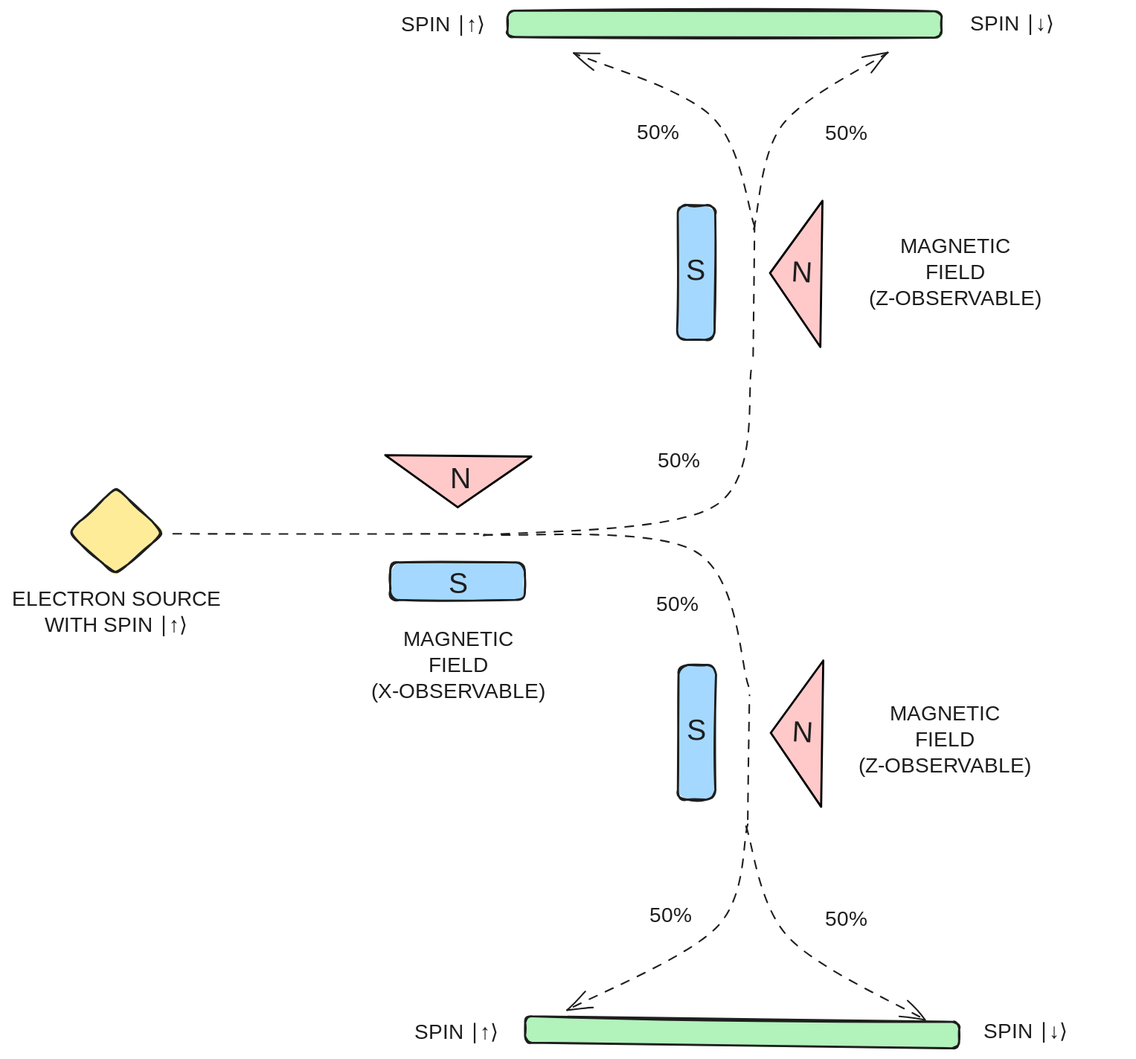
This is ndcoslo-2025/graphics/stern-gerlach-zxz.excalidraw.svg from filipw/filipw.github.io, a Excalidraw export, as it was before one commit. Source tidied: one line per element, renumbered; positions are measured from the earlier drawing's top-left corner, leaving out a move shared by most shapes.
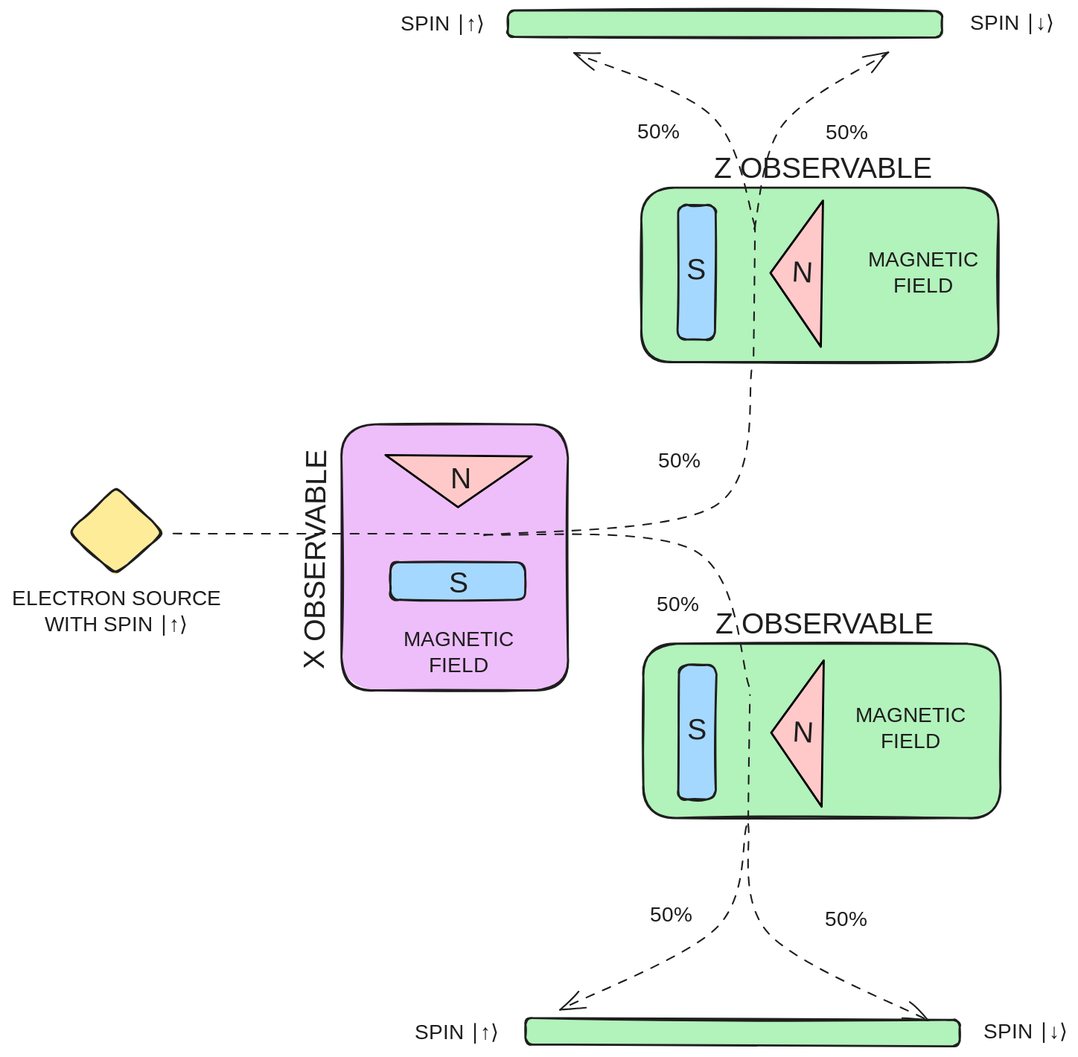
Above is the later version.

Change to the diagram source:
```diff
@@ -1,3 +1,9 @@
+{"id": 38, "type": "rectangle", "strokeColor": "#1e1e1e", "backgroundColor": "#b2f2bb", "fillStyle": "solid", "strokeWidth": 2, "roughness": 1, "round": true, "x": 605, "y": 366, "width": 343, "height": 167}
+{"id": 39, "type": "text", "text": "Z OBSERVABLE", "strokeColor": "#1e1e1e", "backgroundColor": "#b2f2bb", "fillStyle": "solid", "strokeWidth": 2, "roughness": 1, "fontSize": 28, "fontFamily": 5, "x": 675, "y": 331, "width": 222, "height": 35}
+{"id": 40, "type": "rectangle", "strokeColor": "#1e1e1e", "backgroundColor": "#b2f2bb", "fillStyle": "solid", "strokeWidth": 2, "roughness": 1, "round": true, "x": 607, "y": 803, "width": 343, "height": 167}
+{"id": 41, "type": "text", "text": "Z OBSERVABLE", "strokeColor": "#1e1e1e", "backgroundColor": "#b2f2bb", "fillStyle": "solid", "strokeWidth": 2, "roughness": 1, "fontSize": 28, "fontFamily": 5, "x": 677, "y": 769, "width": 222, "height": 35}
+{"id": 42, "type": "rectangle", "strokeColor": "#1e1e1e", "backgroundColor": "#eebefa", "fillStyle": "solid", "strokeWidth": 2, "roughness": 1, "round": true, "x": 318, "y": 593, "width": 217, "height": 255}
+{"id": 43, "type": "text", "text": "X OBSERVABLE", "strokeColor": "#1e1e1e", "angle": 4.72, "backgroundColor": "#eebefa", "fillStyle": "solid", "strokeWidth": 2, "roughness": 1, "fontSize": 28, "fontFamily": 5, "x": 186, "y": 702, "width": 217, "height": 35}
 {"id": 0, "type": "diamond", "strokeColor": "#1e1e1e", "backgroundColor": "#ffec99", "fillStyle": "solid", "strokeWidth": 2, "roughness": 1, "round": true, "x": 55, "y": 653, "width": 92, "height": 85}
 {"id": 1, "type": "text", "text": "ELECTRON SOURCE\nWITH SPIN ∣↑⟩", "strokeColor": "#1e1e1e", "backgroundColor": "#ffec99", "fillStyle": "solid", "strokeWidth": 2, "roughness": 1, "fontSize": 20, "fontFamily": 5, "textAlign": "center", "x": 0, "y": 749, "width": 203, "height": 50}
 {"id": 2, "type": "line", "strokeColor": "#000000", "angle": 3.15, "backgroundColor": "#ffc9c9", "fillStyle": "solid", "strokeWidth": 2, "roughness": 0, "x": 430, "y": 623, "width": 140, "height": 49, "points": [[0, 0], [70, 49], [-70, 49], [0, 0]]}
@@ -8,7 +14,7 @@
 {"id": 7, "type": "arrow", "strokeColor": "#1e1e1e", "backgroundColor": "#b2f2bb", "fillStyle": "solid", "strokeWidth": 1, "strokeStyle": "dashed", "roughness": 1, "round": true, "from": 0, "x": 157, "y": 696, "width": 293, "height": 1, "points": [[0, 0], [293, 1]]}
 {"id": 8, "type": "arrow", "strokeColor": "#1e1e1e", "backgroundColor": "#b2f2bb", "fillStyle": "solid", "strokeWidth": 1, "strokeStyle": "dashed", "roughness": 1, "round": true, "x": 455, "y": 699, "width": 258, "height": 163, "points": [[0, 0], [223, -29], [258, -163]]}
 {"id": 9, "type": "text", "text": "SPIN ∣↑⟩", "strokeColor": "#1e1e1e", "backgroundColor": "#b2f2bb", "fillStyle": "solid", "strokeWidth": 1, "strokeStyle": "dashed", "roughness": 1, "fontSize": 20, "fontFamily": 5, "x": 375, "y": 197, "width": 80, "height": 25}
-{"id": 10, "type": "text", "text": "MAGNETIC\nFIELD\n(X-OBSERVABLE)", "strokeColor": "#1e1e1e", "backgroundColor": "#b2f2bb", "fillStyle": "solid", "strokeWidth": 1, "strokeStyle": "dashed", "roughness": 1, "fontSize": 20, "fontFamily": 5, "textAlign": "center", "x": 344, "y": 788, "width": 172, "height": 75}
+{"id": 10, "type": "text", "text": "MAGNETIC\nFIELD", "strokeColor": "#1e1e1e", "backgroundColor": "#b2f2bb", "fillStyle": "solid", "strokeWidth": 1, "strokeStyle": "dashed", "roughness": 1, "fontSize": 20, "fontFamily": 5, "textAlign": "center", "x": 374, "y": 788, "width": 112, "height": 50}
 {"id": 11, "type": "text", "text": "50%", "strokeColor": "#1e1e1e", "strokeWidth": 2, "roughness": 1, "fontSize": 20, "fontFamily": 5, "textAlign": "center", "x": 620, "y": 616, "width": 44, "height": 25}
 {"id": 12, "type": "arrow", "strokeColor": "#1e1e1e", "backgroundColor": "#b2f2bb", "fillStyle": "solid", "strokeWidth": 1, "strokeStyle": "dashed", "roughness": 1, "round": true, "x": 454, "y": 697, "width": 256, "height": 147, "points": [[0, 0], [204, 17], [256, 147]]}
 {"id": 13, "type": "text", "text": "50%", "strokeColor": "#1e1e1e", "strokeWidth": 2, "roughness": 1, "fontSize": 20, "fontFamily": 5, "textAlign": "center", "x": 618, "y": 754, "width": 44, "height": 25}
@@ -20,18 +26,18 @@
 {"id": 19, "type": "text", "text": "N", "strokeColor": "#1e1e1e", "angle": 0.06, "strokeWidth": 2, "roughness": 1, "fontSize": 28, "fontFamily": 5, "x": 751, "y": 873, "width": 18, "height": 35}
 {"id": 20, "type": "rectangle", "strokeColor": "#1e1e1e", "angle": 1.58, "backgroundColor": "#a5d8ff", "fillStyle": "solid", "strokeWidth": 2, "roughness": 1, "round": true, "x": 595, "y": 870, "width": 129, "height": 36}
 {"id": 21, "type": "text", "text": "S", "strokeColor": "#1e1e1e", "angle": 0.01, "strokeWidth": 2, "roughness": 1, "fontSize": 28, "fontFamily": 5, "x": 650, "y": 870, "width": 17, "height": 35}
-{"id": 22, "type": "text", "text": "MAGNETIC\nFIELD\n(Z-OBSERVABLE)", "strokeColor": "#1e1e1e", "backgroundColor": "#b2f2bb", "fillStyle": "solid", "strokeWidth": 1, "strokeStyle": "dashed", "roughness": 1, "fontSize": 20, "fontFamily": 5, "textAlign": "center", "x": 819, "y": 410, "width": 176, "height": 75}
+{"id": 22, "type": "text", "text": "MAGNETIC\nFIELD", "strokeColor": "#1e1e1e", "backgroundColor": "#b2f2bb", "fillStyle": "solid", "strokeWidth": 1, "strokeStyle": "dashed", "roughness": 1, "fontSize": 20, "fontFamily": 5, "textAlign": "center", "x": 820, "y": 424, "width": 112, "height": 50}
 {"id": 23, "type": "text", "text": "SPIN ∣↓⟩", "strokeColor": "#1e1e1e", "backgroundColor": "#b2f2bb", "fillStyle": "solid", "strokeWidth": 1, "strokeStyle": "dashed", "roughness": 1, "fontSize": 20, "fontFamily": 5, "x": 921, "y": 197, "width": 80, "height": 25}
 {"id": 24, "type": "arrow", "strokeColor": "#1e1e1e", "strokeWidth": 1, "strokeStyle": "dashed", "roughness": 1, "round": true, "x": 713, "y": 526, "width": 1, "height": 125, "points": [[0, 0], [1, -125]]}
 {"id": 25, "type": "arrow", "strokeColor": "#1e1e1e", "strokeWidth": 1, "strokeStyle": "dashed", "roughness": 1, "endArrowhead": "arrow", "round": true, "to": 6, "x": 713, "y": 405, "width": 129, "height": 170, "points": [[0, 0], [29, -99], [129, -170]]}
 {"id": 26, "type": "arrow", "strokeColor": "#1e1e1e", "strokeWidth": 1, "strokeStyle": "dashed", "roughness": 1, "endArrowhead": "arrow", "round": true, "to": 6, "x": 714, "y": 403, "width": 173, "height": 167, "points": [[0, 0], [-41, -106], [-173, -167]]}
 {"id": 27, "type": "text", "text": "50%", "strokeColor": "#1e1e1e", "strokeWidth": 2, "roughness": 1, "fontSize": 20, "fontFamily": 5, "textAlign": "center", "x": 600, "y": 301, "width": 44, "height": 25}
 {"id": 28, "type": "text", "text": "50%", "strokeColor": "#1e1e1e", "strokeWidth": 2, "roughness": 1, "fontSize": 20, "fontFamily": 5, "textAlign": "center", "x": 781, "y": 302, "width": 44, "height": 25}
-{"id": 29, "type": "rectangle", "strokeColor": "#1e1e1e", "angle": 4.73, "backgroundColor": "#b2f2bb", "fillStyle": "solid", "strokeWidth": 2, "roughness": 1, "round": true, "x": 690, "y": 968, "width": 25, "height": 417}
+{"id": 29, "type": "rectangle", "strokeColor": "#1e1e1e", "angle": 4.72, "backgroundColor": "#b2f2bb", "fillStyle": "solid", "strokeWidth": 2, "roughness": 1, "round": true, "x": 690, "y": 968, "width": 25, "height": 417}
-{"id": 30, "type": "arrow", "strokeColor": "#1e1e1e", "angle": 3.15, "strokeWidth": 1, "strokeStyle": "dashed", "roughness": 1, "endArrowhead": "arrow", "round": true, "to": 29, "x": 536, "y": 1155, "width": 172, "height": 180, "points": [[0, 0], [29, -99], [172, -180]]}
+{"id": 30, "type": "arrow", "strokeColor": "#1e1e1e", "angle": 3.15, "strokeWidth": 1, "strokeStyle": "dashed", "roughness": 1, "endArrowhead": "arrow", "round": true, "from": 40, "to": 29, "x": 882, "y": 1163, "width": 174, "height": 186, "points": [[0, 0], [-21, -104], [-174, -186]]}
-{"id": 31, "type": "arrow", "strokeColor": "#1e1e1e", "angle": 3.15, "strokeWidth": 1, "strokeStyle": "dashed", "roughness": 1, "endArrowhead": "arrow", "round": true, "to": 29, "x": 879, "y": 1163, "width": 174, "height": 185, "points": [[0, 0], [-41, -106], [-174, -185]]}
+{"id": 31, "type": "arrow", "strokeColor": "#1e1e1e", "angle": 3.15, "strokeWidth": 1, "strokeStyle": "dashed", "roughness": 1, "endArrowhead": "arrow", "round": true, "from": 40, "to": 29, "x": 529, "y": 1156, "width": 177, "height": 179, "points": [[0, 0], [28, -98], [177, -179]]}
 {"id": 32, "type": "arrow", "strokeColor": "#1e1e1e", "strokeWidth": 1, "strokeStyle": "dashed", "roughness": 1, "round": true, "x": 709, "y": 971, "width": 1, "height": 118, "points": [[0, 0], [1, -118]]}
-{"id": 33, "type": "text", "text": "MAGNETIC\nFIELD\n(Z-OBSERVABLE)", "strokeColor": "#1e1e1e", "backgroundColor": "#b2f2bb", "fillStyle": "solid", "strokeWidth": 1, "strokeStyle": "dashed", "roughness": 1, "fontSize": 20, "fontFamily": 5, "textAlign": "center", "x": 809, "y": 859, "width": 176, "height": 75}
+{"id": 33, "type": "text", "text": "MAGNETIC\nFIELD", "strokeColor": "#1e1e1e", "backgroundColor": "#b2f2bb", "fillStyle": "solid", "strokeWidth": 1, "strokeStyle": "dashed", "roughness": 1, "fontSize": 20, "fontFamily": 5, "textAlign": "center", "x": 808, "y": 861, "width": 112, "height": 50}
 {"id": 34, "type": "text", "text": "SPIN ∣↑⟩", "strokeColor": "#1e1e1e", "backgroundColor": "#b2f2bb", "fillStyle": "solid", "strokeWidth": 1, "strokeStyle": "dashed", "roughness": 1, "fontSize": 20, "fontFamily": 5, "x": 388, "y": 1165, "width": 80, "height": 25}
 {"id": 35, "type": "text", "text": "SPIN ∣↓⟩", "strokeColor": "#1e1e1e", "backgroundColor": "#b2f2bb", "fillStyle": "solid", "strokeWidth": 1, "strokeStyle": "dashed", "roughness": 1, "fontSize": 20, "fontFamily": 5, "x": 934, "y": 1164, "width": 80, "height": 25}
 {"id": 36, "type": "text", "text": "50%", "strokeColor": "#1e1e1e", "strokeWidth": 2, "roughness": 1, "fontSize": 20, "fontFamily": 5, "textAlign": "center", "x": 612, "y": 1053, "width": 44, "height": 25}
```
